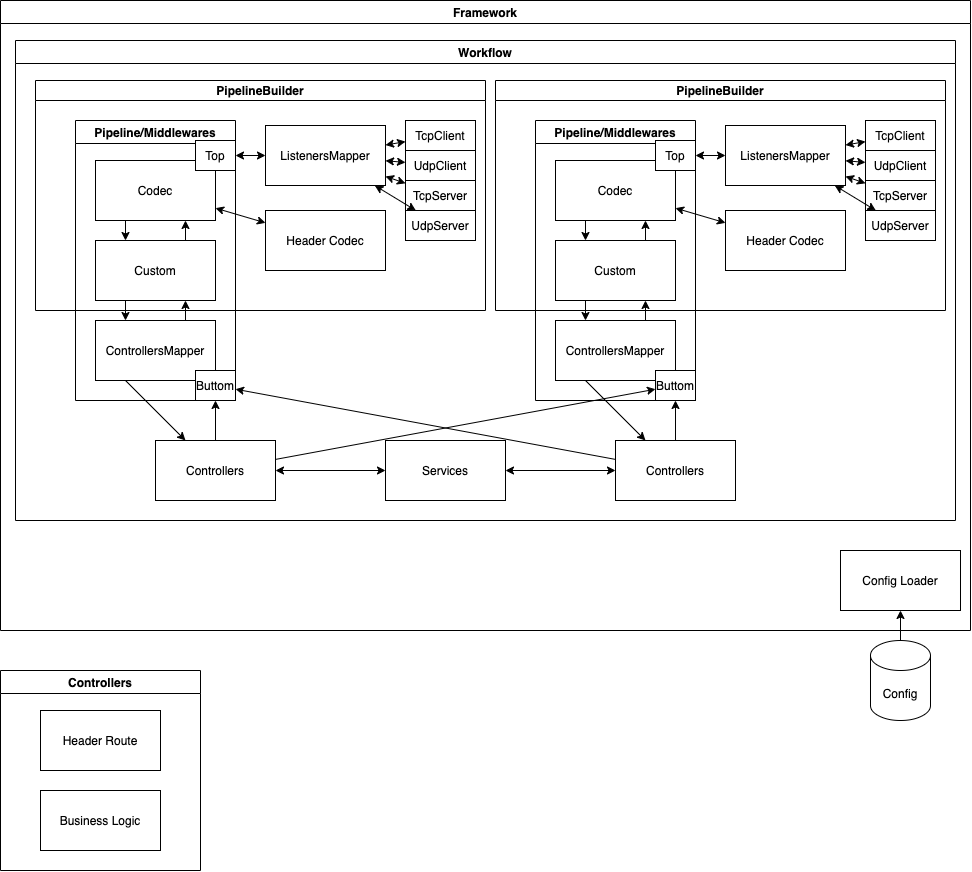
Banyc/SocketBackendFramework keeps this draw.io diagram as img/arch.relay.drawio.png. Above is the earlier version. Source tidied: cells renumbered, new cells last; positions are measured from the earlier drawing's top-left corner, leaving out a move shared by most shapes.
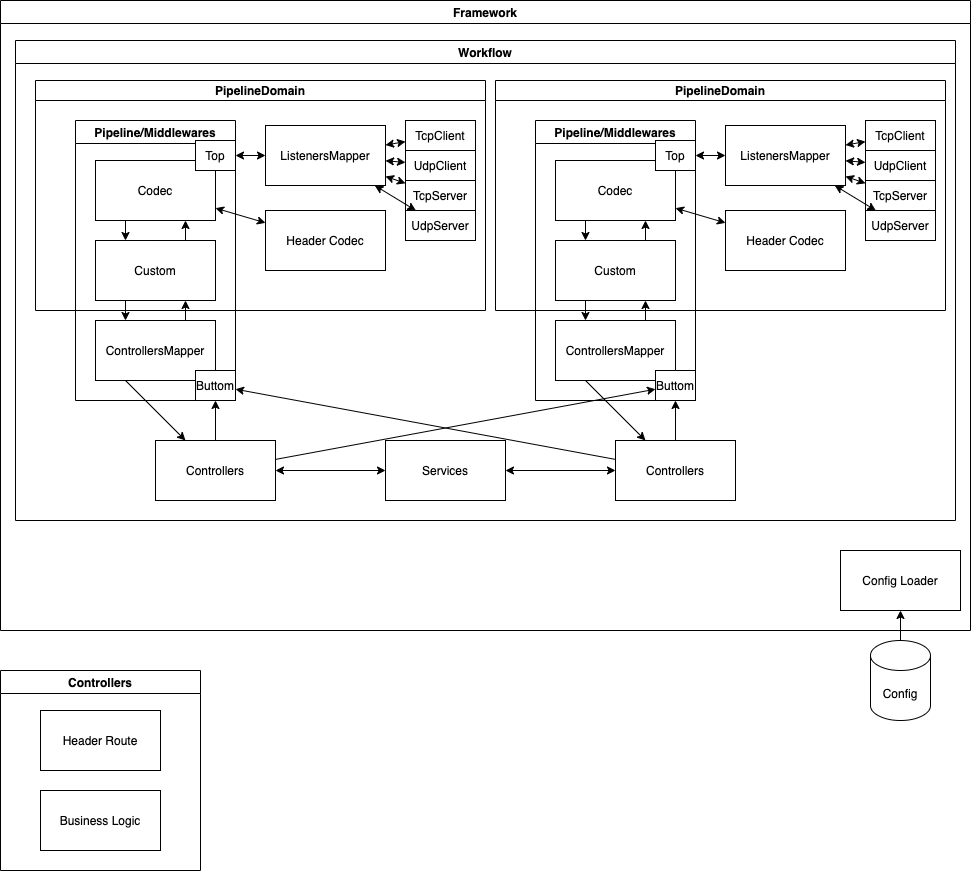
After the commit.

Commit message:
docs: better naming

The edit, as a diff of the source:
```diff
@@ -35,7 +35,7 @@
     <mxCell id="12" value="Services" style="rounded=0;whiteSpace=wrap;html=1;" parent="9" vertex="1">
       <mxGeometry x="370" y="400" width="120" height="60" as="geometry" />
     </mxCell>
-    <mxCell id="13" value="PipelineBuilder" style="swimlane;startSize=20;" parent="9" vertex="1">
+    <mxCell id="13" value="PipelineDomain" style="swimlane;startSize=20;" parent="9" vertex="1">
       <mxGeometry x="20" y="40" width="450" height="230" as="geometry" />
     </mxCell>
     <mxCell id="14" value="Pipeline/Middlewares" style="swimlane;" parent="13" vertex="1">
@@ -128,7 +128,7 @@
     <mxCell id="43" style="endArrow=classic;html=1;exitX=0.25;exitY=1;exitDx=0;exitDy=0;" parent="9" edge="1" source="46" target="10">
       <mxGeometry relative="1" as="geometry" />
     </mxCell>
-    <mxCell id="44" value="PipelineBuilder" style="swimlane;startSize=20;" parent="9" vertex="1">
+    <mxCell id="44" value="PipelineDomain" style="swimlane;startSize=20;" parent="9" vertex="1">
       <mxGeometry x="480" y="40" width="450" height="230" as="geometry" />
     </mxCell>
     <mxCell id="45" value="Pipeline/Middlewares" style="swimlane;" parent="44" vertex="1">
```
